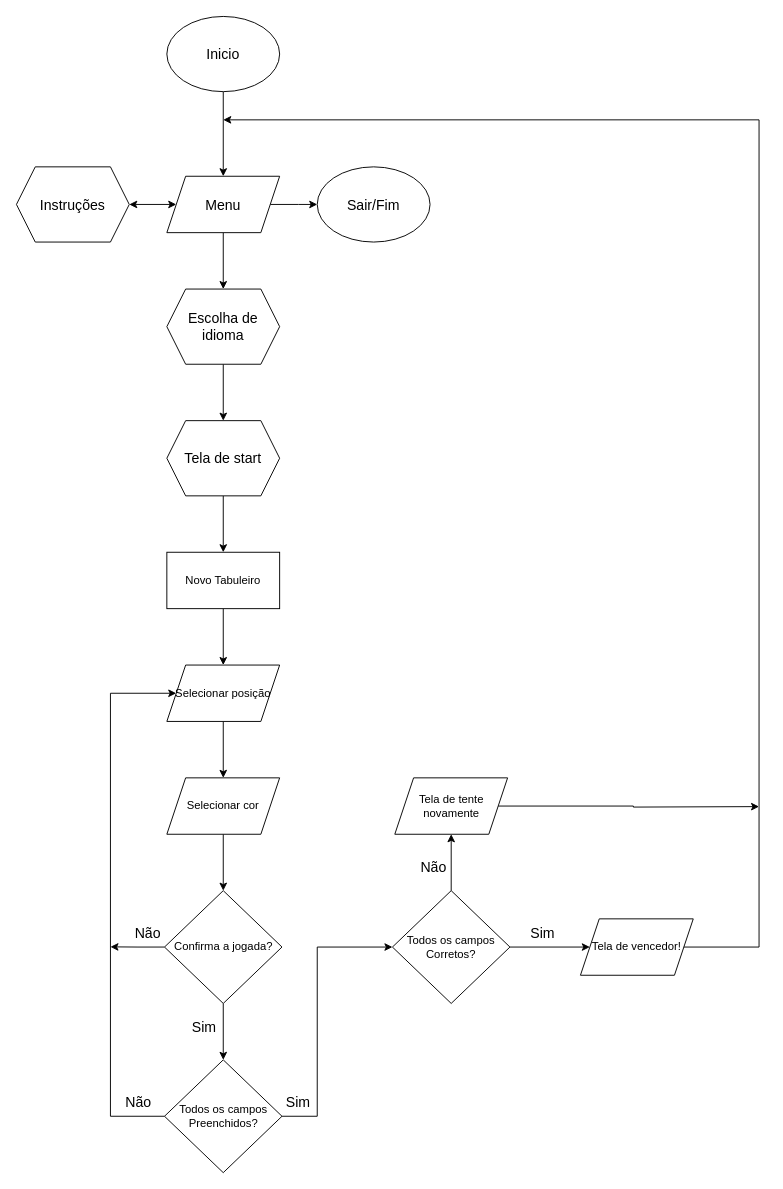
The draw.io diagram userFlowDiagram.drawio in LuccaPV/projetoEngenhariaSW, before the edit. Source tidied: cells renumbered, new cells numbered last; positions are measured from the earlier drawing's top-left corner, leaving out a move shared by most shapes. Both pictures are drawn from the tidied source at 94%, with x=0, y=0 at pixel (16, 16).
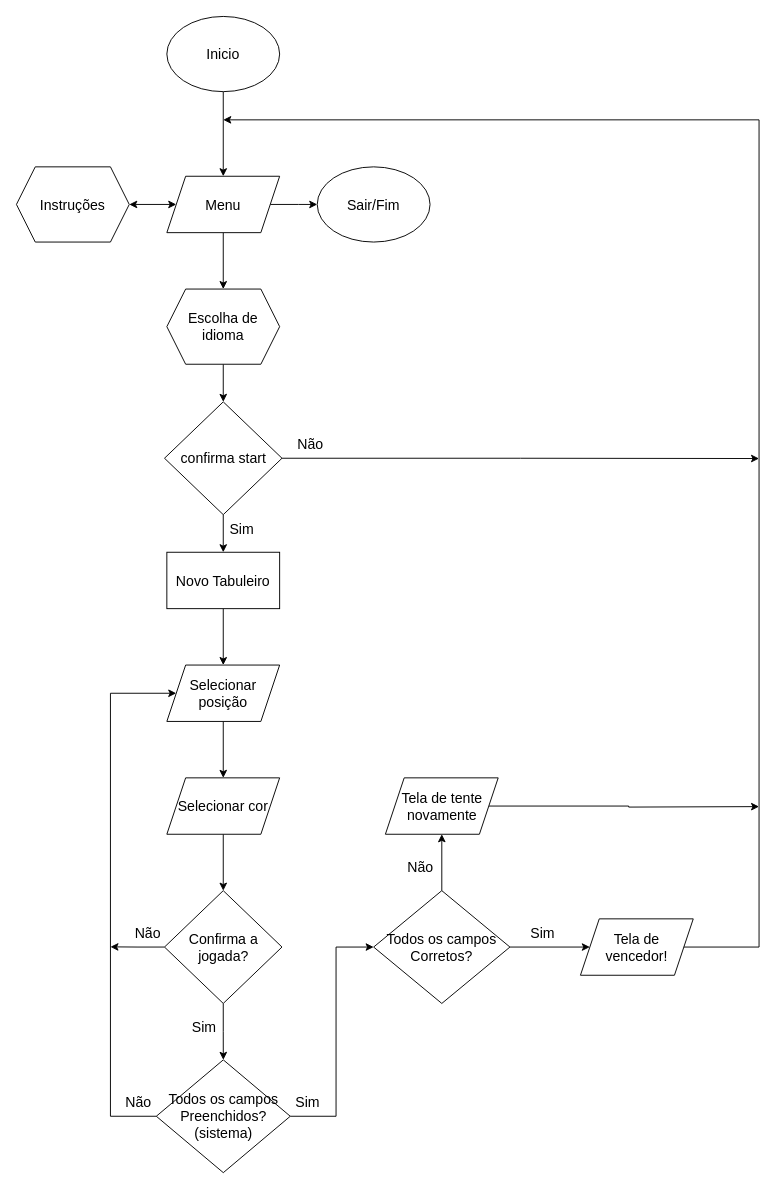
Above is the later version.

The change refers to these unchanged cells:
```xml
<mxCell id="9" value="&lt;font style=&quot;font-size: 15px;&quot;&gt;Escolha de idioma&lt;/font&gt;" style="shape=hexagon;perimeter=hexagonPerimeter2;whiteSpace=wrap;html=1;fixedSize=1;" parent="1" vertex="1">
  <mxGeometry x="160" y="290" width="120" height="80" as="geometry" />
</mxCell>
```

Diff of the diagram source:
```diff
@@
-    <mxCell id="8" style="edgeStyle=orthogonalEdgeStyle;rounded=0;jettySize=auto;html=1;exitX=0.5;exitY=1;exitDx=0;exitDy=0;" parent="1" edge="1" source="9" target="11">
-      <mxGeometry relative="1" as="geometry" />
-    </mxCell>
+    <mxCell id="39" style="edgeStyle=orthogonalEdgeStyle;rounded=0;jettySize=auto;html=1;exitX=0.5;exitY=1;exitDx=0;exitDy=0;" parent="1" edge="1" source="9" target="43">
+      <mxGeometry relative="1" as="geometry" />
+    </mxCell>
@@
-    <mxCell id="10" style="edgeStyle=orthogonalEdgeStyle;rounded=0;jettySize=auto;html=1;exitX=0.5;exitY=1;exitDx=0;exitDy=0;" parent="1" edge="1" source="11" target="13">
-      <mxGeometry relative="1" as="geometry" />
-    </mxCell>
-    <mxCell id="11" value="&lt;font style=&quot;font-size: 15px;&quot;&gt;Tela de start&lt;/font&gt;" style="shape=hexagon;perimeter=hexagonPerimeter2;whiteSpace=wrap;html=1;fixedSize=1;" parent="1" vertex="1">
-      <mxGeometry x="160" y="430" width="120" height="80" as="geometry" />
-    </mxCell>
@@
-    <mxCell id="13" value="Novo Tabuleiro" style="rounded=0;whiteSpace=wrap;html=1;" parent="1" vertex="1">
+    <mxCell id="13" value="&lt;font style=&quot;font-size: 15px;&quot;&gt;Novo Tabuleiro&lt;/font&gt;" style="rounded=0;whiteSpace=wrap;html=1;" parent="1" vertex="1">
       <mxGeometry x="160" y="570" width="120" height="60" as="geometry" />
     </mxCell>
@@
-    <mxCell id="15" value="Selecionar cor" style="shape=parallelogram;perimeter=parallelogramPerimeter;whiteSpace=wrap;html=1;fixedSize=1;" parent="1" vertex="1">
+    <mxCell id="15" value="&lt;font style=&quot;font-size: 15px;&quot;&gt;Selecionar cor&lt;/font&gt;" style="shape=parallelogram;perimeter=parallelogramPerimeter;whiteSpace=wrap;html=1;fixedSize=1;" parent="1" vertex="1">
       <mxGeometry x="160" y="810" width="120" height="60" as="geometry" />
     </mxCell>
@@
-    <mxCell id="17" value="Selecionar posição" style="shape=parallelogram;perimeter=parallelogramPerimeter;whiteSpace=wrap;html=1;fixedSize=1;" parent="1" vertex="1">
+    <mxCell id="17" value="&lt;font style=&quot;font-size: 15px;&quot;&gt;Selecionar posição&lt;/font&gt;" style="shape=parallelogram;perimeter=parallelogramPerimeter;whiteSpace=wrap;html=1;fixedSize=1;" parent="1" vertex="1">
       <mxGeometry x="160" y="690" width="120" height="60" as="geometry" />
     </mxCell>
     <mxCell id="18" style="edgeStyle=orthogonalEdgeStyle;rounded=0;jettySize=auto;html=1;exitX=1;exitY=0.5;exitDx=0;exitDy=0;entryX=0;entryY=0.5;entryDx=0;entryDy=0;" parent="1" edge="1" source="19" target="22">
       <mxGeometry relative="1" as="geometry">
         <Array as="points">
-          <mxPoint x="320" y="1170" />
-          <mxPoint x="320" y="990" />
+          <mxPoint x="340" y="1170" />
+          <mxPoint x="340" y="990" />
         </Array>
       </mxGeometry>
     </mxCell>
-    <mxCell id="19" value="Todos os campos Preenchidos?" style="rhombus;whiteSpace=wrap;html=1;" parent="1" vertex="1">
-      <mxGeometry x="157.5" y="1110" width="125" height="120" as="geometry" />
+    <mxCell id="19" value="&lt;font style=&quot;font-size: 15px;&quot;&gt;Todos os campos Preenchidos? (sistema)&lt;/font&gt;" style="rhombus;whiteSpace=wrap;html=1;" parent="1" vertex="1">
+      <mxGeometry x="148.8" y="1110" width="142.5" height="120" as="geometry" />
     </mxCell>
@@
+    <mxCell id="40" style="edgeStyle=orthogonalEdgeStyle;rounded=0;jettySize=auto;html=1;exitX=0;exitY=0.5;exitDx=0;exitDy=0;" parent="1" edge="1" source="22">
+      <mxGeometry relative="1" as="geometry">
+        <mxPoint x="380" y="990.3" as="targetPoint" />
+      </mxGeometry>
+    </mxCell>
-    <mxCell id="22" value="Todos os campos Corretos?" style="rhombus;whiteSpace=wrap;html=1;" parent="1" vertex="1">
-      <mxGeometry x="400" y="930" width="125" height="120" as="geometry" />
+    <mxCell id="22" value="&lt;font style=&quot;font-size: 15px;&quot;&gt;Todos os campos Corretos?&lt;/font&gt;" style="rhombus;whiteSpace=wrap;html=1;" parent="1" vertex="1">
+      <mxGeometry x="380" y="930" width="145" height="120" as="geometry" />
     </mxCell>
-    <mxCell id="23" value="Tela de vencedor!" style="shape=parallelogram;perimeter=parallelogramPerimeter;whiteSpace=wrap;html=1;fixedSize=1;" parent="1" vertex="1">
+    <mxCell id="23" value="&lt;font style=&quot;font-size: 15px;&quot;&gt;Tela de vencedor!&lt;/font&gt;" style="shape=parallelogram;perimeter=parallelogramPerimeter;whiteSpace=wrap;html=1;fixedSize=1;" parent="1" vertex="1">
       <mxGeometry x="600" y="960" width="120" height="60" as="geometry" />
     </mxCell>
@@
-    <mxCell id="25" value="Tela de tente novamente" style="shape=parallelogram;perimeter=parallelogramPerimeter;whiteSpace=wrap;html=1;fixedSize=1;" parent="1" vertex="1">
-      <mxGeometry x="402.5" y="810" width="120" height="60" as="geometry" />
+    <mxCell id="25" value="&lt;font style=&quot;font-size: 15px;&quot;&gt;Tela de tente novamente&lt;/font&gt;" style="shape=parallelogram;perimeter=parallelogramPerimeter;whiteSpace=wrap;html=1;fixedSize=1;" parent="1" vertex="1">
+      <mxGeometry x="392.5" y="810" width="120" height="60" as="geometry" />
     </mxCell>
@@
-    <mxCell id="32" value="Confirma a jogada?" style="rhombus;whiteSpace=wrap;html=1;" parent="1" vertex="1">
+    <mxCell id="32" value="&lt;font style=&quot;font-size: 15px;&quot;&gt;Confirma a jogada?&lt;/font&gt;" style="rhombus;whiteSpace=wrap;html=1;" parent="1" vertex="1">
       <mxGeometry x="157.5" y="930" width="125" height="120" as="geometry" />
     </mxCell>
@@
     <mxCell id="34" value="&lt;font style=&quot;font-size: 15px;&quot;&gt;Não&lt;/font&gt;" style="text;html=1;align=center;verticalAlign=middle;whiteSpace=wrap;rounded=0;" parent="1" vertex="1">
-      <mxGeometry x="414" y="890" width="60" height="30" as="geometry" />
+      <mxGeometry x="400" y="890" width="60" height="30" as="geometry" />
     </mxCell>
@@
     <mxCell id="37" value="&lt;font style=&quot;font-size: 15px;&quot;&gt;Sim&lt;/font&gt;" style="text;html=1;align=center;verticalAlign=middle;whiteSpace=wrap;rounded=0;" parent="1" vertex="1">
-      <mxGeometry x="270" y="1140" width="60" height="30" as="geometry" />
+      <mxGeometry x="280" y="1140" width="60" height="30" as="geometry" />
     </mxCell>
@@
+    <mxCell id="41" style="edgeStyle=orthogonalEdgeStyle;rounded=0;jettySize=auto;html=1;exitX=0.5;exitY=1;exitDx=0;exitDy=0;" parent="1" edge="1" source="43" target="13">
+      <mxGeometry relative="1" as="geometry" />
+    </mxCell>
+    <mxCell id="42" style="edgeStyle=orthogonalEdgeStyle;rounded=0;jettySize=auto;html=1;exitX=1;exitY=0.5;exitDx=0;exitDy=0;" parent="1" edge="1" source="43">
+      <mxGeometry relative="1" as="geometry">
+        <mxPoint x="790" y="470.3" as="targetPoint" />
+      </mxGeometry>
+    </mxCell>
+    <mxCell id="43" value="&lt;font style=&quot;font-size: 15px;&quot;&gt;confirma start&lt;/font&gt;" style="rhombus;whiteSpace=wrap;html=1;" parent="1" vertex="1">
+      <mxGeometry x="157.5" y="410" width="125" height="120" as="geometry" />
+    </mxCell>
+    <mxCell id="44" value="&lt;font style=&quot;font-size: 15px;&quot;&gt;Sim&lt;/font&gt;" style="text;html=1;align=center;verticalAlign=middle;whiteSpace=wrap;rounded=0;" parent="1" vertex="1">
+      <mxGeometry x="210" y="530" width="60" height="30" as="geometry" />
+    </mxCell>
+    <mxCell id="45" value="&lt;font style=&quot;font-size: 15px;&quot;&gt;Não&lt;/font&gt;" style="text;html=1;align=center;verticalAlign=middle;whiteSpace=wrap;rounded=0;" parent="1" vertex="1">
+      <mxGeometry x="282.5" y="440" width="60" height="30" as="geometry" />
+    </mxCell>
```
